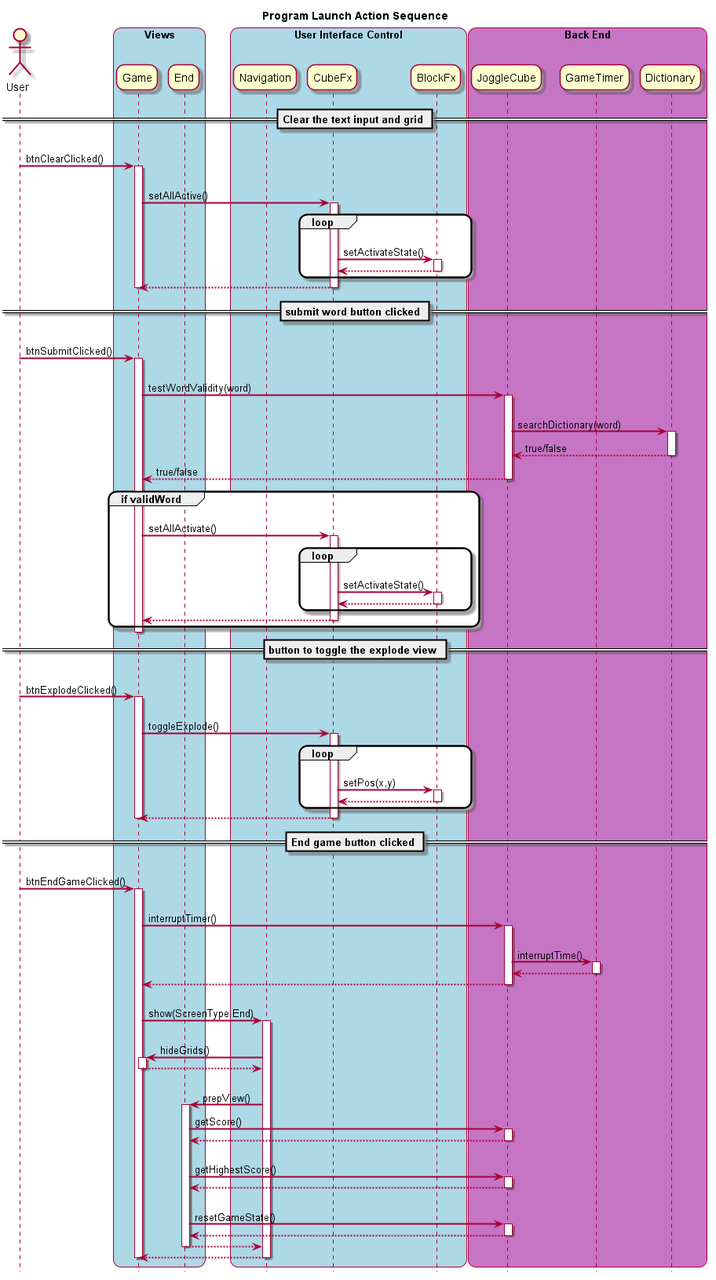
Before: docs/Sequence/Game.png, a diagram exported from PlantUML (rhys3010/JoggleCube).
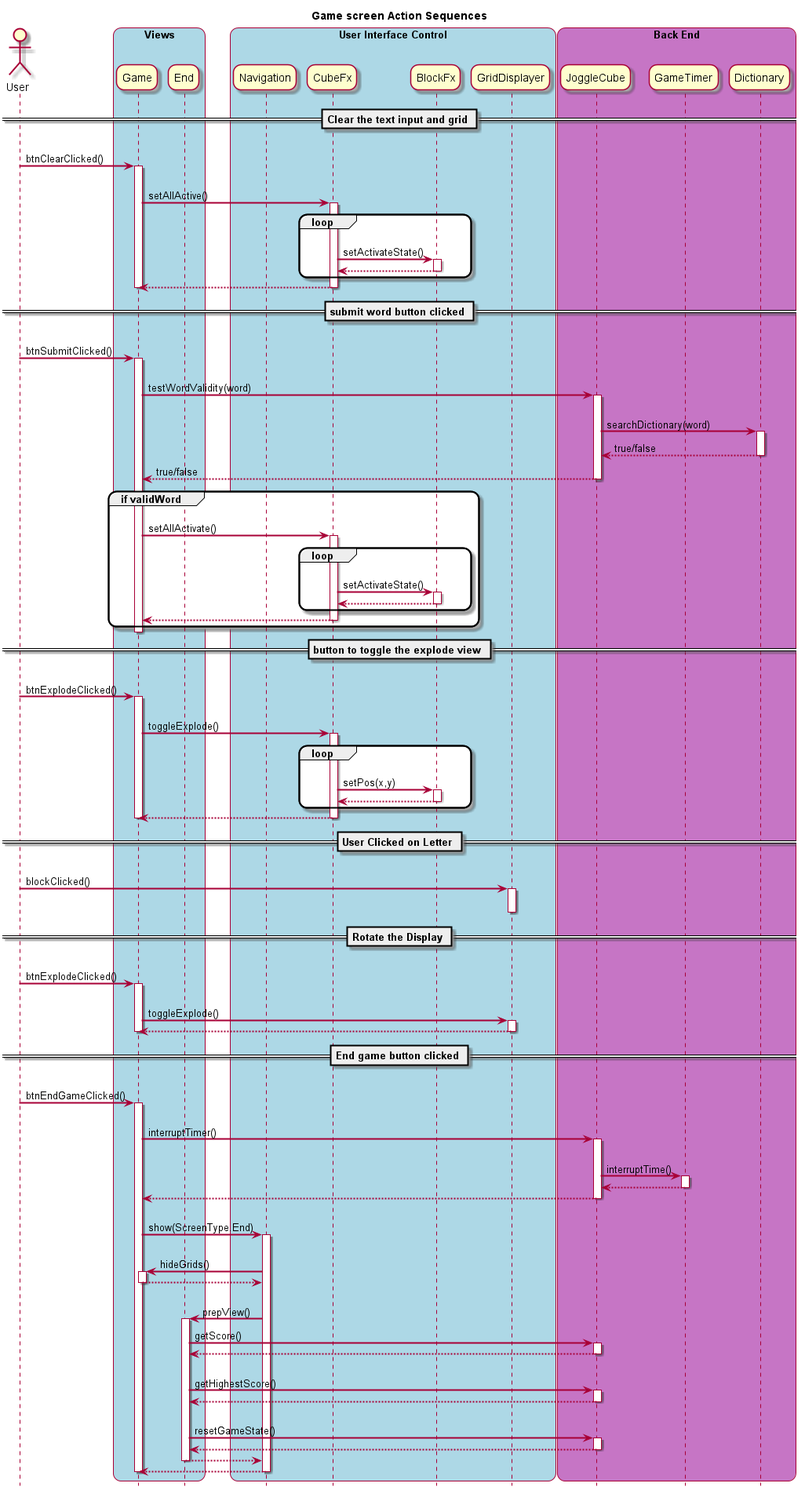
The same file after the commit.

Change to the diagram source:
```diff
@@ -1,7 +1,7 @@
 @startuml
 hide footbox
 
-title Program Launch Action Sequence
+title Game screen Action Sequences
 
 skinparam sequenceArrowThickness 2
 skinparam roundcorner 20
@@ -22,7 +22,7 @@
 participant Navigation
 participant CubeFx
 participant BlockFx
-
+participant GridDisplayer
 
 end box
 
@@ -93,6 +93,22 @@
     deactivate CubeFx
 deactivate Game
 
+== User Clicked on Letter ==
+
+User -> GridDisplayer : blockClicked()
+activate GridDisplayer
+deactivate GridDisplayer
+
+== Rotate the Display ==
+
+User -> Game : btnExplodeClicked()
+activate Game
+    Game -> GridDisplayer : toggleExplode()
+    activate GridDisplayer
+        GridDisplayer --> Game
+    deactivate GridDisplayer
+deactivate Game
+
 == End game button clicked ==
 
 User -> Game : btnEndGameClicked()
```
